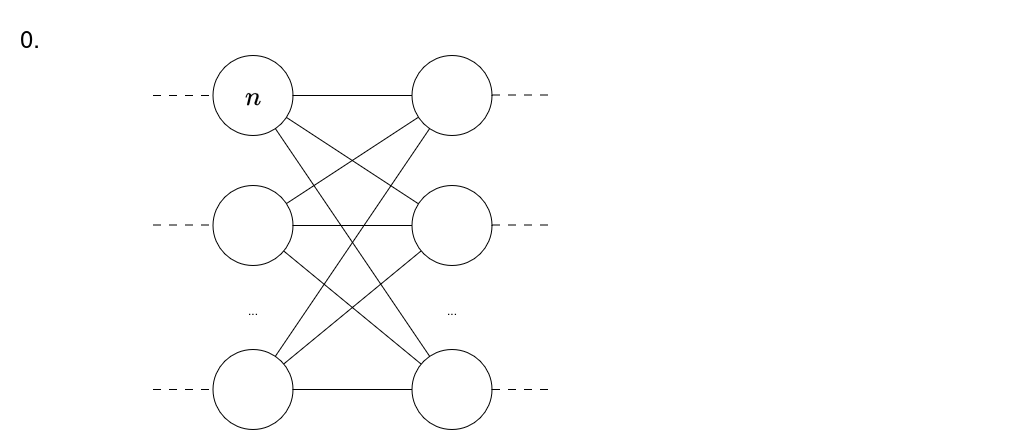
madelvallezpro/RAGRights keeps this draw.io diagram as seminaireCA/images/activationpatching/Step0_ActivationPatching.drawio.png. Above is the earlier version. Source tidied: cells renumbered, new cells last; positions are measured from the earlier drawing's top-left corner, leaving out a move shared by most shapes. Its diagram source:
```xml
<mxGraphModel math="1">
  <root>
    <mxCell id="0" />
    <mxCell id="1" parent="0" />
    <mxCell id="2" style="rounded=0;whiteSpace=wrap;html=1;fillColor=none;strokeColor=none;" parent="1" vertex="1">
      <mxGeometry width="1030" height="435" as="geometry" />
    </mxCell>
    <mxCell id="3" style="ellipse;whiteSpace=wrap;html=1;" parent="1" vertex="1">
      <mxGeometry x="212.5" y="55" width="80" height="80" as="geometry" />
    </mxCell>
    <mxCell id="4" style="ellipse;whiteSpace=wrap;html=1;" parent="1" vertex="1">
      <mxGeometry x="212.5" y="185" width="80" height="80" as="geometry" />
    </mxCell>
    <mxCell id="5" style="ellipse;whiteSpace=wrap;html=1;" parent="1" vertex="1">
      <mxGeometry x="212.5" y="349" width="80" height="80" as="geometry" />
    </mxCell>
    <mxCell id="6" value="..." style="text;html=1;whiteSpace=wrap;strokeColor=none;fillColor=none;align=center;verticalAlign=middle;rounded=0;" parent="1" vertex="1">
      <mxGeometry x="222.5" y="295" width="60" height="30" as="geometry" />
    </mxCell>
    <mxCell id="7" style="ellipse;whiteSpace=wrap;html=1;" parent="1" vertex="1">
      <mxGeometry x="411.5" y="55" width="80" height="80" as="geometry" />
    </mxCell>
    <mxCell id="8" style="ellipse;whiteSpace=wrap;html=1;" parent="1" vertex="1">
      <mxGeometry x="411.5" y="185" width="80" height="80" as="geometry" />
    </mxCell>
    <mxCell id="9" style="ellipse;whiteSpace=wrap;html=1;" parent="1" vertex="1">
      <mxGeometry x="411.5" y="349" width="80" height="80" as="geometry" />
    </mxCell>
    <mxCell id="10" value="..." style="text;html=1;whiteSpace=wrap;strokeColor=none;fillColor=none;align=center;verticalAlign=middle;rounded=0;" parent="1" vertex="1">
      <mxGeometry x="421.5" y="295" width="60" height="30" as="geometry" />
    </mxCell>
    <mxCell id="11" style="endArrow=none;html=1;rounded=0;" parent="1" edge="1" source="3" target="7">
      <mxGeometry relative="1" as="geometry" />
    </mxCell>
    <mxCell id="12" style="endArrow=none;html=1;rounded=0;" parent="1" edge="1" source="8" target="3">
      <mxGeometry relative="1" as="geometry" />
    </mxCell>
    <mxCell id="13" style="endArrow=none;html=1;rounded=0;" parent="1" edge="1" source="9" target="3">
      <mxGeometry relative="1" as="geometry" />
    </mxCell>
    <mxCell id="14" style="endArrow=none;html=1;rounded=0;" parent="1" edge="1" source="7" target="4">
      <mxGeometry relative="1" as="geometry" />
    </mxCell>
    <mxCell id="15" style="endArrow=none;html=1;rounded=0;" parent="1" edge="1" source="4" target="8">
      <mxGeometry relative="1" as="geometry" />
    </mxCell>
    <mxCell id="16" style="endArrow=none;html=1;rounded=0;" parent="1" edge="1" source="4" target="9">
      <mxGeometry relative="1" as="geometry" />
    </mxCell>
    <mxCell id="17" style="endArrow=none;html=1;rounded=0;" parent="1" edge="1" source="5" target="7">
      <mxGeometry relative="1" as="geometry" />
    </mxCell>
    <mxCell id="18" style="endArrow=none;html=1;rounded=0;" parent="1" edge="1" source="5" target="8">
      <mxGeometry relative="1" as="geometry" />
    </mxCell>
    <mxCell id="19" style="endArrow=none;html=1;rounded=0;" parent="1" edge="1" source="5" target="9">
      <mxGeometry relative="1" as="geometry" />
    </mxCell>
    <mxCell id="20" style="endArrow=none;html=1;rounded=0;entryX=0;entryY=0.5;entryDx=0;entryDy=0;dashed=1;dashPattern=8 8;" parent="1" edge="1" target="3">
      <mxGeometry relative="1" as="geometry">
        <mxPoint x="152.5" y="95" as="sourcePoint" />
      </mxGeometry>
    </mxCell>
    <mxCell id="21" style="endArrow=none;html=1;rounded=0;entryX=0;entryY=0.5;entryDx=0;entryDy=0;dashed=1;dashPattern=8 8;" parent="1" edge="1">
      <mxGeometry relative="1" as="geometry">
        <mxPoint x="152.5" y="224.5" as="sourcePoint" />
        <mxPoint x="212.5" y="224.5" as="targetPoint" />
      </mxGeometry>
    </mxCell>
    <mxCell id="22" style="endArrow=none;html=1;rounded=0;entryX=0;entryY=0.5;entryDx=0;entryDy=0;dashed=1;dashPattern=8 8;" parent="1" edge="1">
      <mxGeometry relative="1" as="geometry">
        <mxPoint x="152.5" y="389" as="sourcePoint" />
        <mxPoint x="212.5" y="389" as="targetPoint" />
      </mxGeometry>
    </mxCell>
    <mxCell id="23" style="endArrow=none;html=1;rounded=0;entryX=0;entryY=0.5;entryDx=0;entryDy=0;dashed=1;dashPattern=8 8;" parent="1" edge="1">
      <mxGeometry relative="1" as="geometry">
        <mxPoint x="491.5" y="94.5" as="sourcePoint" />
        <mxPoint x="551.5" y="94.5" as="targetPoint" />
      </mxGeometry>
    </mxCell>
    <mxCell id="24" style="endArrow=none;html=1;rounded=0;entryX=0;entryY=0.5;entryDx=0;entryDy=0;dashed=1;dashPattern=8 8;" parent="1" edge="1">
      <mxGeometry relative="1" as="geometry">
        <mxPoint x="491.5" y="224.5" as="sourcePoint" />
        <mxPoint x="551.5" y="224.5" as="targetPoint" />
      </mxGeometry>
    </mxCell>
    <mxCell id="25" style="endArrow=none;html=1;rounded=0;entryX=0;entryY=0.5;entryDx=0;entryDy=0;dashed=1;dashPattern=8 8;" parent="1" edge="1">
      <mxGeometry relative="1" as="geometry">
        <mxPoint x="491.5" y="389" as="sourcePoint" />
        <mxPoint x="551.5" y="389" as="targetPoint" />
      </mxGeometry>
    </mxCell>
    <mxCell id="26" value="&lt;font style=&quot;font-size: 24px;&quot;&gt;$$n$$&lt;/font&gt;" style="text;html=1;whiteSpace=wrap;strokeColor=none;fillColor=none;align=center;verticalAlign=middle;rounded=0;" parent="1" vertex="1">
      <mxGeometry x="222.5" y="80" width="60" height="30" as="geometry" />
    </mxCell>
    <mxCell id="27" value="&lt;font style=&quot;font-size: 24px;&quot;&gt;0.&lt;/font&gt;" style="text;html=1;whiteSpace=wrap;strokeColor=none;fillColor=none;align=center;verticalAlign=middle;rounded=0;" parent="1" vertex="1">
      <mxGeometry y="23" width="60" height="30" as="geometry" />
    </mxCell>
  </root>
</mxGraphModel>
```
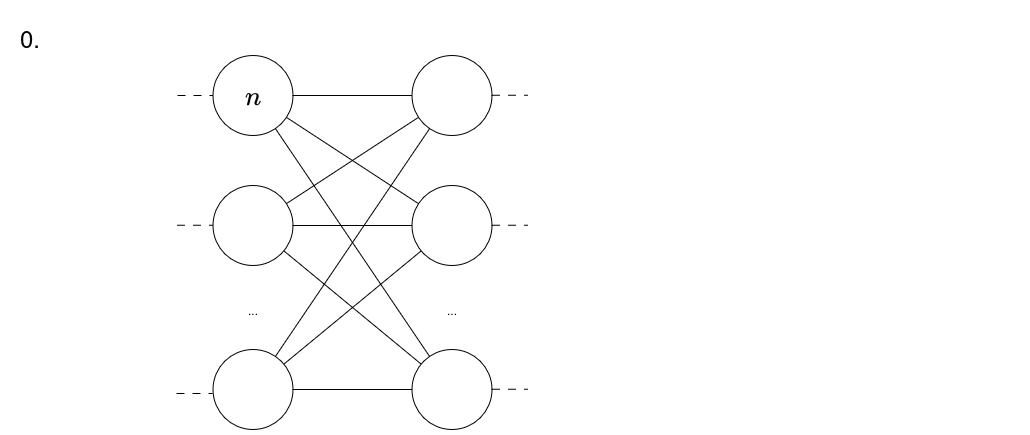
After the commit.

What changed in the source:
```diff
@@ -58,44 +58,44 @@
     </mxCell>
     <mxCell id="20" style="endArrow=none;html=1;rounded=0;entryX=0;entryY=0.5;entryDx=0;entryDy=0;dashed=1;dashPattern=8 8;" parent="1" edge="1" target="3">
       <mxGeometry relative="1" as="geometry">
-        <mxPoint x="152.5" y="95" as="sourcePoint" />
+        <mxPoint x="177" y="95" as="sourcePoint" />
       </mxGeometry>
     </mxCell>
-    <mxCell id="21" style="endArrow=none;html=1;rounded=0;entryX=0;entryY=0.5;entryDx=0;entryDy=0;dashed=1;dashPattern=8 8;" parent="1" edge="1">
-      <mxGeometry relative="1" as="geometry">
-        <mxPoint x="152.5" y="224.5" as="sourcePoint" />
-        <mxPoint x="212.5" y="224.5" as="targetPoint" />
-      </mxGeometry>
+    <mxCell id="21" value="&lt;font style=&quot;font-size: 24px;&quot;&gt;$$n$$&lt;/font&gt;" style="text;html=1;whiteSpace=wrap;strokeColor=none;fillColor=none;align=center;verticalAlign=middle;rounded=0;" parent="1" vertex="1">
+      <mxGeometry x="222.5" y="80" width="60" height="30" as="geometry" />
     </mxCell>
-    <mxCell id="22" style="endArrow=none;html=1;rounded=0;entryX=0;entryY=0.5;entryDx=0;entryDy=0;dashed=1;dashPattern=8 8;" parent="1" edge="1">
-      <mxGeometry relative="1" as="geometry">
-        <mxPoint x="152.5" y="389" as="sourcePoint" />
-        <mxPoint x="212.5" y="389" as="targetPoint" />
-      </mxGeometry>
+    <mxCell id="22" value="&lt;font style=&quot;font-size: 24px;&quot;&gt;0.&lt;/font&gt;" style="text;html=1;whiteSpace=wrap;strokeColor=none;fillColor=none;align=center;verticalAlign=middle;rounded=0;" parent="1" vertex="1">
+      <mxGeometry y="23" width="60" height="30" as="geometry" />
     </mxCell>
     <mxCell id="23" style="endArrow=none;html=1;rounded=0;entryX=0;entryY=0.5;entryDx=0;entryDy=0;dashed=1;dashPattern=8 8;" parent="1" edge="1">
       <mxGeometry relative="1" as="geometry">
-        <mxPoint x="491.5" y="94.5" as="sourcePoint" />
-        <mxPoint x="551.5" y="94.5" as="targetPoint" />
+        <mxPoint x="176.5" y="224.8" as="sourcePoint" />
+        <mxPoint x="212.5" y="224.8" as="targetPoint" />
       </mxGeometry>
     </mxCell>
     <mxCell id="24" style="endArrow=none;html=1;rounded=0;entryX=0;entryY=0.5;entryDx=0;entryDy=0;dashed=1;dashPattern=8 8;" parent="1" edge="1">
       <mxGeometry relative="1" as="geometry">
-        <mxPoint x="491.5" y="224.5" as="sourcePoint" />
-        <mxPoint x="551.5" y="224.5" as="targetPoint" />
+        <mxPoint x="176" y="393" as="sourcePoint" />
+        <mxPoint x="212" y="393" as="targetPoint" />
       </mxGeometry>
     </mxCell>
     <mxCell id="25" style="endArrow=none;html=1;rounded=0;entryX=0;entryY=0.5;entryDx=0;entryDy=0;dashed=1;dashPattern=8 8;" parent="1" edge="1">
       <mxGeometry relative="1" as="geometry">
-        <mxPoint x="491.5" y="389" as="sourcePoint" />
-        <mxPoint x="551.5" y="389" as="targetPoint" />
+        <mxPoint x="491.5" y="94.8" as="sourcePoint" />
+        <mxPoint x="527.5" y="94.8" as="targetPoint" />
       </mxGeometry>
     </mxCell>
-    <mxCell id="26" value="&lt;font style=&quot;font-size: 24px;&quot;&gt;$$n$$&lt;/font&gt;" style="text;html=1;whiteSpace=wrap;strokeColor=none;fillColor=none;align=center;verticalAlign=middle;rounded=0;" parent="1" vertex="1">
-      <mxGeometry x="222.5" y="80" width="60" height="30" as="geometry" />
+    <mxCell id="26" style="endArrow=none;html=1;rounded=0;entryX=0;entryY=0.5;entryDx=0;entryDy=0;dashed=1;dashPattern=8 8;" parent="1" edge="1">
+      <mxGeometry relative="1" as="geometry">
+        <mxPoint x="491.5" y="224.8" as="sourcePoint" />
+        <mxPoint x="527.5" y="224.8" as="targetPoint" />
+      </mxGeometry>
     </mxCell>
-    <mxCell id="27" value="&lt;font style=&quot;font-size: 24px;&quot;&gt;0.&lt;/font&gt;" style="text;html=1;whiteSpace=wrap;strokeColor=none;fillColor=none;align=center;verticalAlign=middle;rounded=0;" parent="1" vertex="1">
-      <mxGeometry y="23" width="60" height="30" as="geometry" />
+    <mxCell id="27" style="endArrow=none;html=1;rounded=0;entryX=0;entryY=0.5;entryDx=0;entryDy=0;dashed=1;dashPattern=8 8;" parent="1" edge="1">
+      <mxGeometry relative="1" as="geometry">
+        <mxPoint x="491.5" y="388.8" as="sourcePoint" />
+        <mxPoint x="527.5" y="388.8" as="targetPoint" />
+      </mxGeometry>
     </mxCell>
   </root>
 </mxGraphModel>
```
